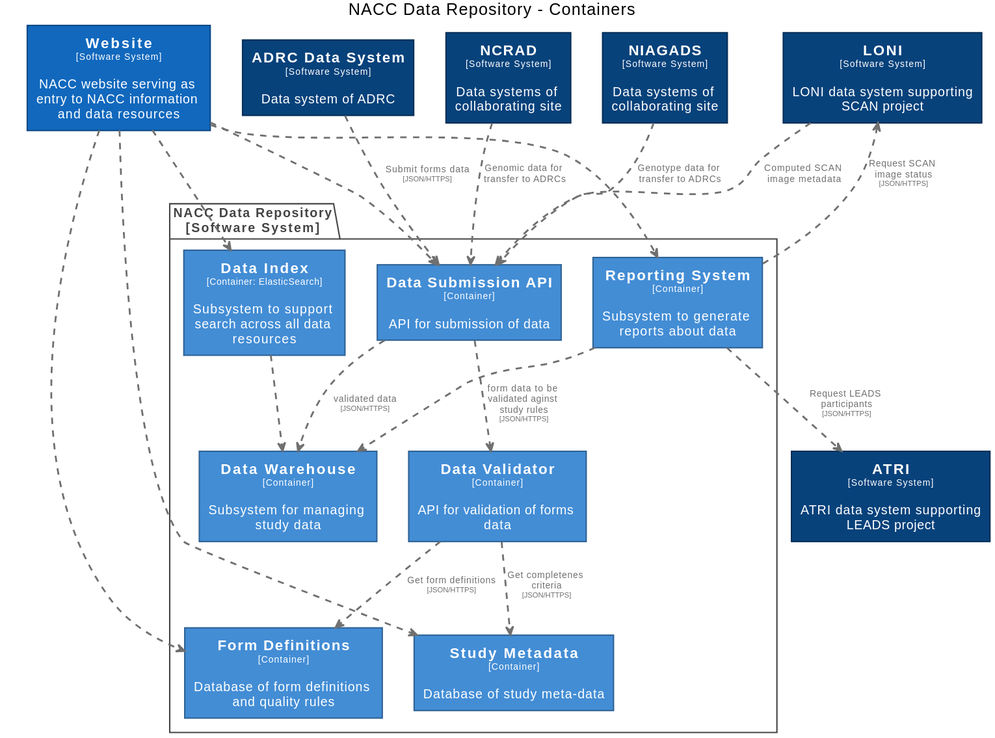
The PlantUML diagram docs/images/structurizr-RepositoryContainers.svg in naccdata/system-design, before a commit.
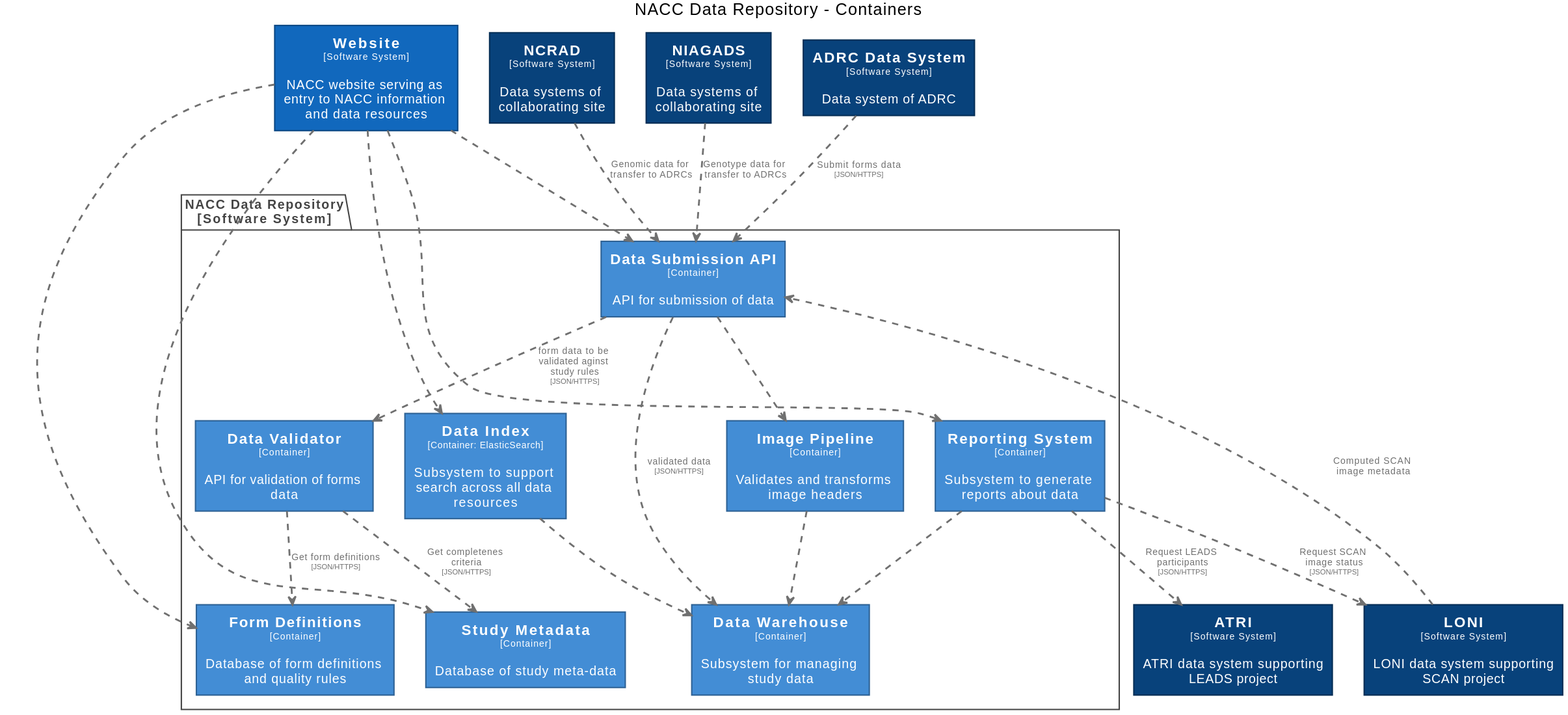
Later version of the same file.

What changed in the source:
```diff
@@ -48,6 +48,11 @@
   FontColor #ffffff
   BorderColor #2e6295
 }
+skinparam rectangle<<NACCDataRepository.ImagePipeline>> {
+  BackgroundColor #438dd5
+  FontColor #ffffff
+  BorderColor #2e6295
+}
 skinparam rectangle<<LONI>> {
   BackgroundColor #08427b
   FontColor #ffffff
@@ -79,29 +84,33 @@
   BorderColor #0b4884
 }
 
+rectangle "==NCRAD\n<size:10>[Software System]</size>\n\nData systems of collaborating site" <<NCRAD>> as NCRAD
+rectangle "==Website\n<size:10>[Software System]</size>\n\nNACC website serving as entry to NACC information and data resources" <<Website>> as Website
 rectangle "==ATRI\n<size:10>[Software System]</size>\n\nATRI data system supporting LEADS project" <<ATRI>> as ATRI
 rectangle "==NIAGADS\n<size:10>[Software System]</size>\n\nData systems of collaborating site" <<NIAGADS>> as NIAGADS
-rectangle "==Website\n<size:10>[Software System]</size>\n\nNACC website serving as entry to NACC information and data resources" <<Website>> as Website
 rectangle "==ADRC Data System\n<size:10>[Software System]</size>\n\nData system of ADRC" <<ADRCDataSystem>> as ADRCDataSystem
 rectangle "==LONI\n<size:10>[Software System]</size>\n\nLONI data system supporting SCAN project" <<LONI>> as LONI
-rectangle "==NCRAD\n<size:10>[Software System]</size>\n\nData systems of collaborating site" <<NCRAD>> as NCRAD
 
 package "NACC Data Repository\n[Software System]" <<NACCDataRepository>> {
   skinparam PackageBorderColor<<NACCDataRepository>> #444444
   skinparam PackageFontColor<<NACCDataRepository>> #444444
 
+  rectangle "==Data Submission API\n<size:10>[Container]</size>\n\nAPI for submission of data" <<NACCDataRepository.DataSubmissionAPI>> as NACCDataRepository.DataSubmissionAPI
   rectangle "==Data Index\n<size:10>[Container: ElasticSearch]</size>\n\nSubsystem to support search across all data resources" <<NACCDataRepository.DataIndex>> as NACCDataRepository.DataIndex
   rectangle "==Reporting System\n<size:10>[Container]</size>\n\nSubsystem to generate reports about data" <<NACCDataRepository.ReportingSystem>> as NACCDataRepository.ReportingSystem
   rectangle "==Data Warehouse\n<size:10>[Container]</size>\n\nSubsystem for managing study data" <<NACCDataRepository.DataWarehouse>> as NACCDataRepository.DataWarehouse
   rectangle "==Form Definitions\n<size:10>[Container]</size>\n\nDatabase of form definitions and quality rules" <<NACCDataRepository.FormDefinitions>> as NACCDataRepository.FormDefinitions
   rectangle "==Study Metadata\n<size:10>[Container]</size>\n\nDatabase of study meta-data" <<NACCDataRepository.StudyMetadata>> as NACCDataRepository.StudyMetadata
   rectangle "==Data Validator\n<size:10>[Container]</size>\n\nAPI for validation of forms data" <<NACCDataRepository.DataValidator>> as NACCDataRepository.DataValidator
-  rectangle "==Data Submission API\n<size:10>[Container]</size>\n\nAPI for submission of data" <<NACCDataRepository.DataSubmissionAPI>> as NACCDataRepository.DataSubmissionAPI
+  rectangle "==Image Pipeline\n<size:10>[Container]</size>\n\nValidates and transforms image headers" <<NACCDataRepository.ImagePipeline>> as NACCDataRepository.ImagePipeline
 }
 
+NACCDataRepository.ImagePipeline .[#707070,thickness=2].> NACCDataRepository.DataWarehouse : "<color:#707070>"
+NACCDataRepository.ReportingSystem .[#707070,thickness=2].> LONI : "<color:#707070>Request SCAN image status\n<color:#707070><size:8>[JSON/HTTPS]</size>"
 NACCDataRepository.ReportingSystem .[#707070,thickness=2].> ATRI : "<color:#707070>Request LEADS participants\n<color:#707070><size:8>[JSON/HTTPS]</size>"
 NACCDataRepository.DataSubmissionAPI .[#707070,thickness=2].> NACCDataRepository.DataValidator : "<color:#707070>form data to be validated aginst study rules\n<color:#707070><size:8>[JSON/HTTPS]</size>"
 NACCDataRepository.DataSubmissionAPI .[#707070,thickness=2].> NACCDataRepository.DataWarehouse : "<color:#707070>validated data\n<color:#707070><size:8>[JSON/HTTPS]</size>"
+NACCDataRepository.DataSubmissionAPI .[#707070,thickness=2].> NACCDataRepository.ImagePipeline : "<color:#707070>"
 NACCDataRepository.DataIndex .[#707070,thickness=2].> NACCDataRepository.DataWarehouse : "<color:#707070>"
 NACCDataRepository.ReportingSystem .[#707070,thickness=2].> NACCDataRepository.DataWarehouse : "<color:#707070>"
 Website .[#707070,thickness=2].> NACCDataRepository.DataSubmissionAPI : "<color:#707070>"
@@ -115,5 +124,4 @@
 NCRAD .[#707070,thickness=2].> NACCDataRepository.DataSubmissionAPI : "<color:#707070>Genomic data for transfer to ADRCs"
 NIAGADS .[#707070,thickness=2].> NACCDataRepository.DataSubmissionAPI : "<color:#707070>Genotype data for transfer to ADRCs"
 LONI .[#707070,thickness=2].> NACCDataRepository.DataSubmissionAPI : "<color:#707070>Computed SCAN image metadata"
-NACCDataRepository.ReportingSystem .[#707070,thickness=2].> LONI : "<color:#707070>Request SCAN image status\n<color:#707070><size:8>[JSON/HTTPS]</size>"
 @enduml
```
